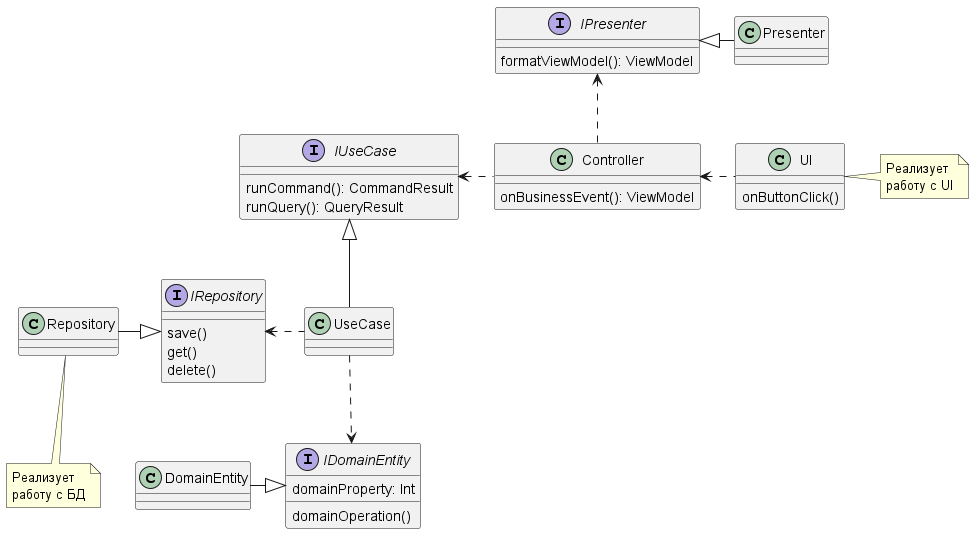
Before: src/diagrams/CleanArchitecture.png, a diagram exported from PlantUML (mikhailandronov/RoversExercise).
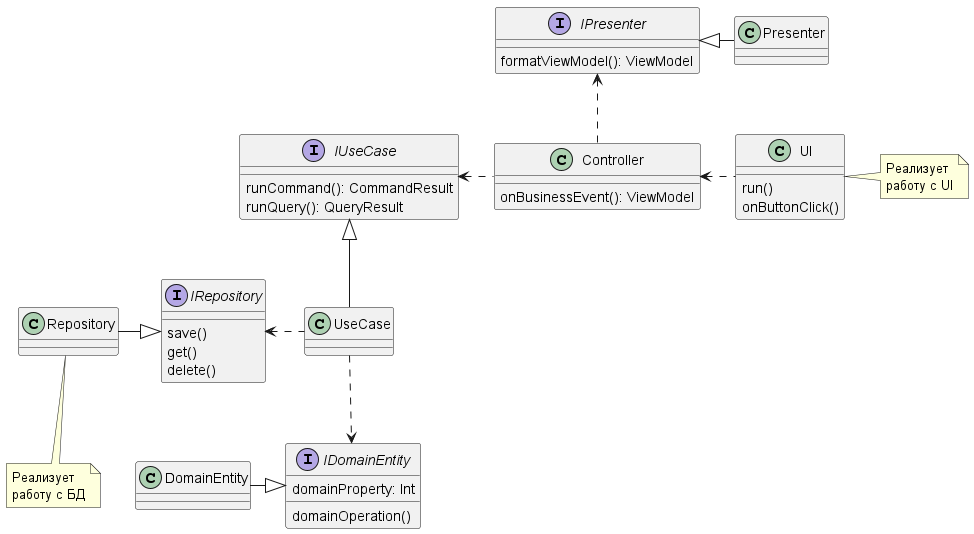
After the commit.

Commit message:
Updated architecture description

Change to the diagram source:
```diff
@@ -45,6 +45,7 @@
 Controller .u.> IPresenter
 
 class UI{
+    run()
     onButtonClick()
 }
 note right of UI: Реализует \nработу с UI
```
